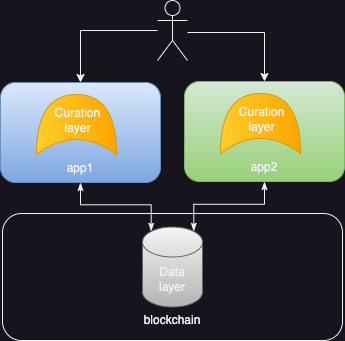
Above: .gitbook/assets/bitcache-do vs dc.drawio (3).png in jadwahab/bitcache-spec (draw.io), before the change. Source tidied: cells renumbered, new cells last; positions are measured from the earlier drawing's top-left corner, leaving out a move shared by most shapes.
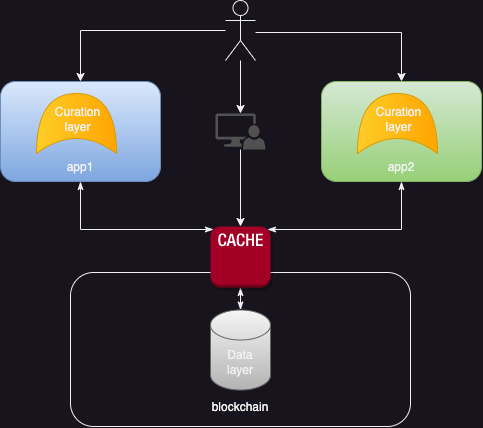
The same diagram one commit later.

Diff of the diagram source:
```diff
@@ -2,52 +2,77 @@
   <root>
     <mxCell id="0" />
     <mxCell id="1" parent="0" />
-    <mxCell id="2" value="&lt;br&gt;&lt;br&gt;&lt;br&gt;&lt;br&gt;&lt;br&gt;&lt;br&gt;blockchain" style="rounded=1;whiteSpace=wrap;html=1;" parent="1" vertex="1">
-      <mxGeometry x="2" y="213" width="340" height="127" as="geometry" />
+    <mxCell id="2" value="&lt;br&gt;&lt;br&gt;&lt;br&gt;&lt;br&gt;&lt;br&gt;&lt;br&gt;&lt;br&gt;&lt;br&gt;blockchain" style="rounded=1;whiteSpace=wrap;html=1;" parent="1" vertex="1">
+      <mxGeometry y="965" width="340" height="154" as="geometry" />
     </mxCell>
-    <mxCell id="3" style="edgeStyle=orthogonalEdgeStyle;rounded=0;jettySize=auto;html=1;entryX=0.145;entryY=0;entryDx=0;entryDy=4.35;startArrow=classicThin;startFill=1;endArrow=classicThin;endFill=1;entryPerimeter=0;" parent="1" edge="1" source="4" target="5">
-      <mxGeometry relative="1" as="geometry" />
+    <mxCell id="3" style="edgeStyle=orthogonalEdgeStyle;rounded=0;jettySize=auto;html=1;startArrow=classicThin;startFill=1;endArrow=classicThin;endFill=1;entryX=0.05;entryY=0.05;entryDx=0;entryDy=0;entryPerimeter=0;exitX=0.5;exitY=1;exitDx=0;exitDy=0;" parent="1" edge="1" source="4" target="17">
+      <mxGeometry relative="1" as="geometry">
+        <Array as="points">
+          <mxPoint x="10" y="922" />
+          <mxPoint x="143" y="922" />
+        </Array>
+      </mxGeometry>
     </mxCell>
     <mxCell id="4" value="&lt;br&gt;&lt;br&gt;&lt;br&gt;&lt;br&gt;&lt;br&gt;app1" style="rounded=1;whiteSpace=wrap;html=1;fillColor=#dae8fc;gradientColor=#7ea6e0;strokeColor=#6c8ebf;" parent="1" vertex="1">
-      <mxGeometry y="82" width="160" height="100" as="geometry" />
+      <mxGeometry x="-70" y="774" width="160" height="100" as="geometry" />
     </mxCell>
     <mxCell id="5" value="Data&lt;br&gt;layer" style="shape=cylinder3;whiteSpace=wrap;html=1;boundedLbl=1;backgroundOutline=1;size=15;fillColor=#f5f5f5;gradientColor=#b3b3b3;strokeColor=#666666;" parent="1" vertex="1">
-      <mxGeometry x="142" y="226.5" width="60" height="80" as="geometry" />
+      <mxGeometry x="140" y="1002.5" width="60" height="80" as="geometry" />
     </mxCell>
-    <mxCell id="6" style="edgeStyle=orthogonalEdgeStyle;rounded=0;jettySize=auto;html=1;startArrow=classicThin;startFill=1;endArrow=classicThin;endFill=1;entryX=0.855;entryY=0;entryDx=0;entryDy=4.35;entryPerimeter=0;" parent="1" edge="1" source="7" target="5">
-      <mxGeometry relative="1" as="geometry" />
+    <mxCell id="6" style="edgeStyle=orthogonalEdgeStyle;rounded=0;jettySize=auto;html=1;startArrow=classicThin;startFill=1;endArrow=classicThin;endFill=1;entryX=0.95;entryY=0.05;entryDx=0;entryDy=0;entryPerimeter=0;exitX=0.5;exitY=1;exitDx=0;exitDy=0;" parent="1" edge="1" source="7" target="17">
+      <mxGeometry relative="1" as="geometry">
+        <Array as="points">
+          <mxPoint x="331" y="922" />
+          <mxPoint x="197" y="922" />
+        </Array>
+      </mxGeometry>
     </mxCell>
     <mxCell id="7" value="&lt;br&gt;&lt;br&gt;&lt;br&gt;&lt;br&gt;&lt;br&gt;app2" style="rounded=1;whiteSpace=wrap;html=1;fillColor=#d5e8d4;gradientColor=#97d077;strokeColor=#82b366;" parent="1" vertex="1">
-      <mxGeometry x="184" y="81" width="160" height="100" as="geometry" />
+      <mxGeometry x="251" y="774" width="160" height="100" as="geometry" />
     </mxCell>
     <mxCell id="8" style="shape=xor;whiteSpace=wrap;html=1;rotation=-90;fillColor=#ffcd28;gradientColor=#ffa500;strokeColor=#d79b00;" parent="1" vertex="1">
-      <mxGeometry x="46" y="84" width="60" height="80" as="geometry" />
+      <mxGeometry x="-24" y="776" width="60" height="80" as="geometry" />
     </mxCell>
     <mxCell id="9" value="Curation&lt;br&gt;layer" style="text;html=1;align=center;verticalAlign=middle;strokeColor=none;fillColor=none;" parent="1" vertex="1">
-      <mxGeometry x="42" y="100" width="70" height="40" as="geometry" />
+      <mxGeometry x="-28" y="792" width="70" height="40" as="geometry" />
     </mxCell>
     <mxCell id="10" style="shape=xor;whiteSpace=wrap;html=1;rotation=-90;fillColor=#ffcd28;gradientColor=#ffa500;strokeColor=#d79b00;" parent="1" vertex="1">
-      <mxGeometry x="230" y="83" width="60" height="80" as="geometry" />
+      <mxGeometry x="297" y="776" width="60" height="80" as="geometry" />
     </mxCell>
     <mxCell id="11" value="Curation&lt;br&gt;layer" style="text;html=1;align=center;verticalAlign=middle;strokeColor=none;fillColor=none;" parent="1" vertex="1">
-      <mxGeometry x="226" y="99" width="70" height="40" as="geometry" />
+      <mxGeometry x="293" y="792" width="70" height="40" as="geometry" />
     </mxCell>
-    <mxCell id="12" style="edgeStyle=orthogonalEdgeStyle;rounded=0;jettySize=auto;html=1;entryX=0.5;entryY=0;entryDx=0;entryDy=0;" parent="1" edge="1" source="14" target="4">
+    <mxCell id="12" style="edgeStyle=orthogonalEdgeStyle;rounded=0;jettySize=auto;html=1;entryX=0.5;entryY=0;entryDx=0;entryDy=0;" parent="1" edge="1" source="15" target="4">
       <mxGeometry relative="1" as="geometry">
         <Array as="points">
-          <mxPoint x="80" y="30" />
+          <mxPoint x="10" y="723" />
         </Array>
       </mxGeometry>
     </mxCell>
-    <mxCell id="13" style="edgeStyle=orthogonalEdgeStyle;rounded=0;jettySize=auto;html=1;" parent="1" edge="1" source="14" target="7">
+    <mxCell id="13" style="edgeStyle=orthogonalEdgeStyle;rounded=0;jettySize=auto;html=1;entryX=0.5;entryY=0;entryDx=0;entryDy=0;" parent="1" edge="1" source="15" target="7">
       <mxGeometry relative="1" as="geometry">
         <Array as="points">
-          <mxPoint x="264" y="32" />
+          <mxPoint x="331" y="725" />
         </Array>
       </mxGeometry>
     </mxCell>
-    <mxCell id="14" style="shape=umlActor;verticalLabelPosition=bottom;verticalAlign=top;html=1;outlineConnect=0;" parent="1" vertex="1">
-      <mxGeometry x="157" width="30" height="60" as="geometry" />
+    <mxCell id="14" style="edgeStyle=orthogonalEdgeStyle;rounded=0;jettySize=auto;html=1;" parent="1" edge="1" source="15" target="19">
+      <mxGeometry relative="1" as="geometry" />
     </mxCell>
+    <mxCell id="15" style="shape=umlActor;verticalLabelPosition=bottom;verticalAlign=top;html=1;outlineConnect=0;" parent="1" vertex="1">
+      <mxGeometry x="155" y="693" width="30" height="60" as="geometry" />
+    </mxCell>
+    <mxCell id="16" style="edgeStyle=orthogonalEdgeStyle;rounded=0;jettySize=auto;html=1;startArrow=classicThin;startFill=1;endArrow=classicThin;endFill=1;" parent="1" edge="1" source="17" target="5">
+      <mxGeometry relative="1" as="geometry" />
+    </mxCell>
+    <mxCell id="17" style="outlineConnect=0;dashed=0;verticalLabelPosition=bottom;verticalAlign=top;align=center;html=1;shape=mxgraph.aws3.cache_node;fillColor=#a20025;strokeColor=#6F0000;fontColor=#ffffff;shadow=1;" parent="1" vertex="1">
+      <mxGeometry x="140" y="919" width="60" height="61" as="geometry" />
+    </mxCell>
+    <mxCell id="18" style="edgeStyle=orthogonalEdgeStyle;rounded=0;jettySize=auto;html=1;entryX=0.5;entryY=0;entryDx=0;entryDy=0;entryPerimeter=0;" parent="1" edge="1" source="19" target="17">
+      <mxGeometry relative="1" as="geometry" />
+    </mxCell>
+    <mxCell id="19" style="sketch=0;shadow=0;dashed=0;html=1;strokeColor=none;labelPosition=center;verticalLabelPosition=bottom;verticalAlign=top;align=center;fillColor=#515151;shape=mxgraph.mscae.system_center.admin_console;" parent="1" vertex="1">
+      <mxGeometry x="145" y="806" width="50" height="36" as="geometry" />
+    </mxCell>
   </root>
 </mxGraphModel>
```
